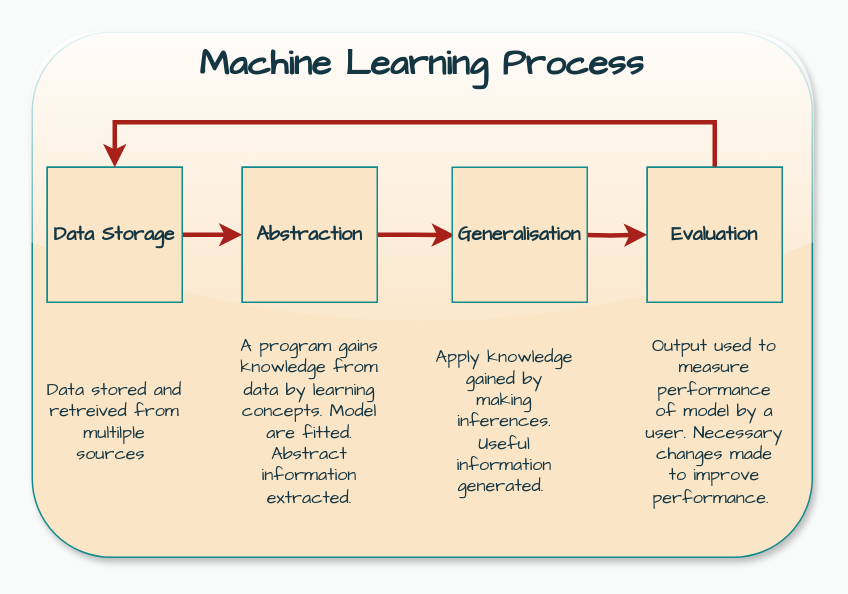
Earlier version of the draw.io diagram Untitled Diagram.drawio (kechcole/Flow-Chart-Diagrams). Source tidied: cells renumbered, new cells numbered last; positions are measured from the earlier drawing's top-left corner, leaving out a move shared by most shapes. Both pictures are drawn from the tidied source at 150%, with x=0, y=0 at pixel (32, 32).
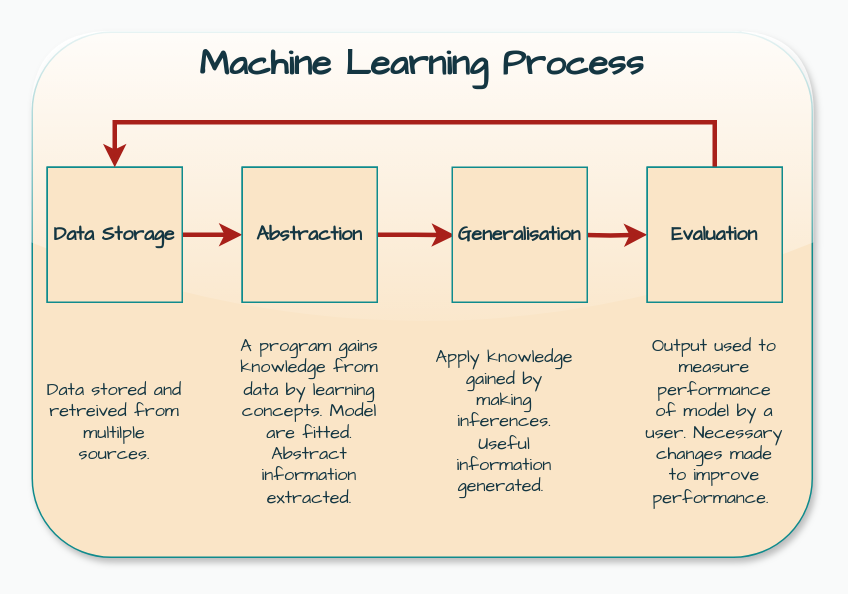
The same diagram, later.

What changed in the source:
```diff
@@
-    <mxCell id="14" value="Data stored and retreived from multilple sources&amp;nbsp;" style="text;align=center;verticalAlign=middle;rounded=0;shadow=1;perimeterSpacing=1;opacity=60;fontStyle=0;textShadow=0;labelBackgroundColor=none;whiteSpace=wrap;html=1;spacing=0;fontFamily=Comic Sans MS;fontColor=#143642;" parent="1" vertex="1">
+    <mxCell id="14" value="Data stored and retreived from multilple sources." style="text;align=center;verticalAlign=middle;rounded=0;shadow=1;perimeterSpacing=1;opacity=60;fontStyle=0;textShadow=0;labelBackgroundColor=none;whiteSpace=wrap;html=1;spacing=0;fontFamily=Comic Sans MS;fontColor=#143642;" parent="1" vertex="1">
       <mxGeometry x="10" y="200" width="90" height="120" as="geometry" />
     </mxCell>
```
